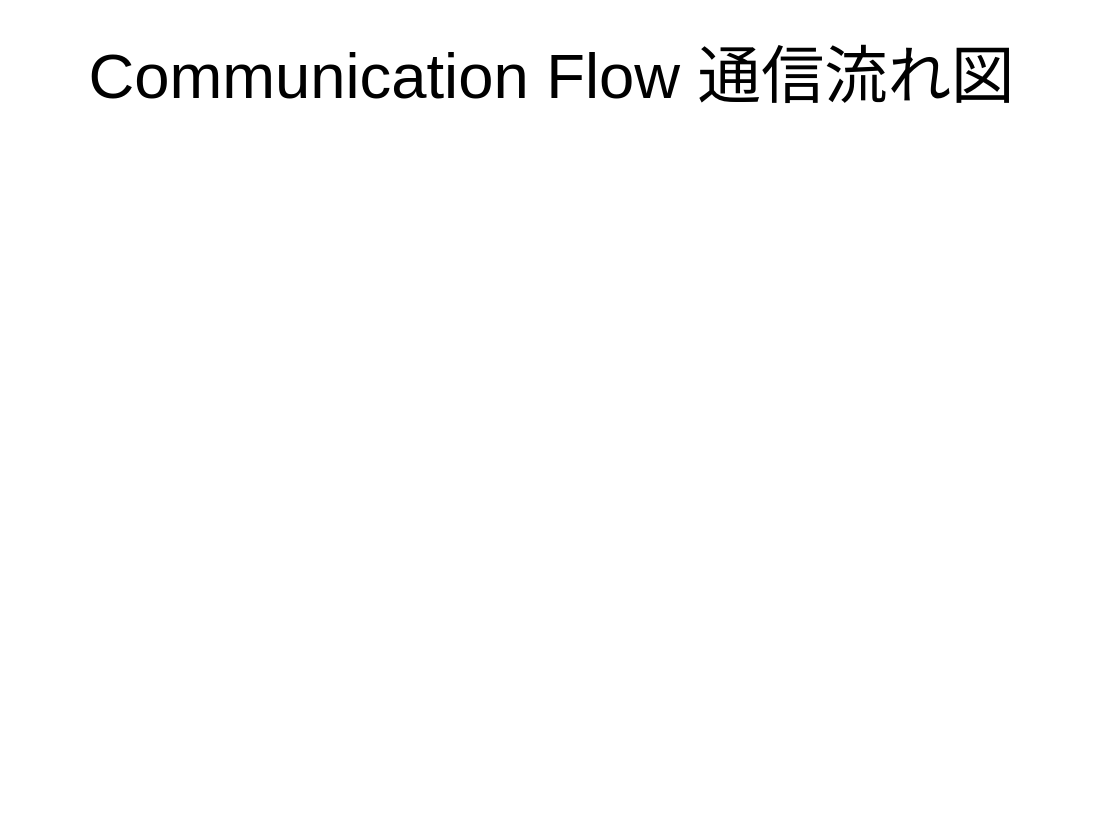
Before: page "通信フロー" (2 of 4) of network_design.drawio in skeita0004/CircleShow, a draw.io diagram. Source tidied: cells renumbered, new cells numbered last; positions are measured from the earlier drawing's top-left corner, leaving out a move shared by most shapes. Both pictures are drawn from the tidied source at 99%, with x=0, y=0 at pixel (17, 17).
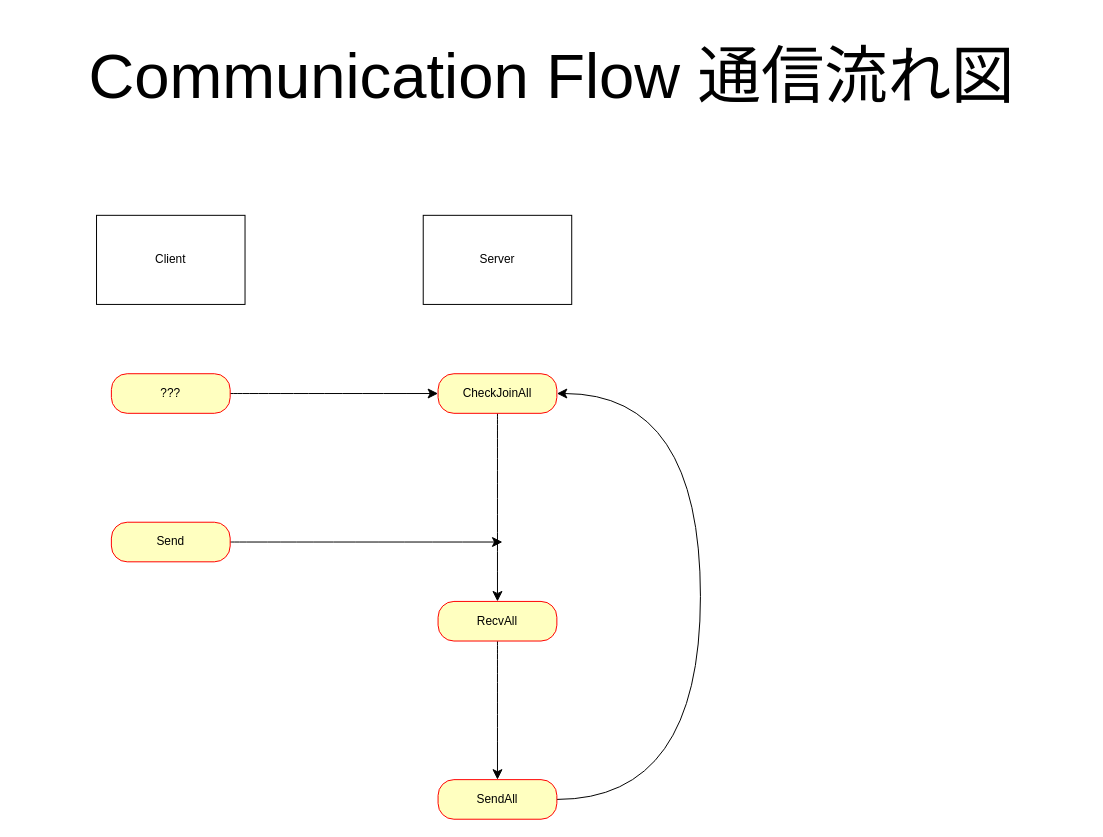
After the change.

What changed in the source:
```diff
@@
 <mxGraphModel>
   <root>
     <mxCell id="0" />
     <mxCell id="1" parent="0" />
     <mxCell id="2" value="Communication Flow 通信流れ図" style="text;html=1;whiteSpace=wrap;strokeColor=none;fillColor=none;align=center;verticalAlign=middle;rounded=0;fontFamily=Cascadia Code;fontSize=64;" parent="1" vertex="1">
       <mxGeometry width="1080" height="120" as="geometry" />
     </mxCell>
+    <mxCell id="3" value="Client" style="rounded=0;whiteSpace=wrap;html=1;" parent="1" vertex="1">
+      <mxGeometry x="80" y="200" width="150" height="90" as="geometry" />
+    </mxCell>
+    <mxCell id="4" value="Server" style="rounded=0;whiteSpace=wrap;html=1;" parent="1" vertex="1">
+      <mxGeometry x="410" y="200" width="150" height="90" as="geometry" />
+    </mxCell>
+    <mxCell id="5" style="edgeStyle=none;curved=1;rounded=0;jettySize=auto;html=1;fontSize=12;startSize=8;endSize=8;" parent="1" edge="1" source="6" target="14">
+      <mxGeometry relative="1" as="geometry" />
+    </mxCell>
+    <mxCell id="6" value="RecvAll" style="rounded=1;whiteSpace=wrap;html=1;arcSize=40;fontColor=#000000;fillColor=#ffffc0;strokeColor=#ff0000;" parent="1" vertex="1">
+      <mxGeometry x="425" y="590" width="120" height="40" as="geometry" />
+    </mxCell>
+    <mxCell id="7" style="edgeStyle=none;curved=1;rounded=0;jettySize=auto;html=1;fontSize=12;startSize=8;endSize=8;" parent="1" edge="1" source="8">
+      <mxGeometry relative="1" as="geometry">
+        <mxPoint x="490" y="530" as="targetPoint" />
+      </mxGeometry>
+    </mxCell>
+    <mxCell id="8" value="Send" style="rounded=1;whiteSpace=wrap;html=1;arcSize=40;fontColor=#000000;fillColor=#ffffc0;strokeColor=#ff0000;" parent="1" vertex="1">
+      <mxGeometry x="95" y="510" width="120" height="40" as="geometry" />
+    </mxCell>
+    <mxCell id="9" style="edgeStyle=none;curved=1;rounded=0;jettySize=auto;html=1;fontSize=12;startSize=8;endSize=8;" parent="1" edge="1" source="10" target="6">
+      <mxGeometry relative="1" as="geometry" />
+    </mxCell>
+    <mxCell id="10" value="CheckJoinAll" style="rounded=1;whiteSpace=wrap;html=1;arcSize=40;fontColor=#000000;fillColor=#ffffc0;strokeColor=#ff0000;" parent="1" vertex="1">
+      <mxGeometry x="425" y="360" width="120" height="40" as="geometry" />
+    </mxCell>
+    <mxCell id="11" style="edgeStyle=none;curved=1;rounded=0;jettySize=auto;html=1;entryX=0;entryY=0.5;entryDx=0;entryDy=0;fontSize=12;startSize=8;endSize=8;" parent="1" edge="1" source="12" target="10">
+      <mxGeometry relative="1" as="geometry" />
+    </mxCell>
+    <mxCell id="12" value="???" style="rounded=1;whiteSpace=wrap;html=1;arcSize=40;fontColor=#000000;fillColor=#ffffc0;strokeColor=#ff0000;" parent="1" vertex="1">
+      <mxGeometry x="95" y="360" width="120" height="40" as="geometry" />
+    </mxCell>
+    <mxCell id="13" style="edgeStyle=orthogonalEdgeStyle;curved=1;rounded=0;jettySize=auto;html=1;entryX=1;entryY=0.5;entryDx=0;entryDy=0;fontSize=12;startSize=8;endSize=8;" parent="1" edge="1" source="14" target="10">
+      <mxGeometry relative="1" as="geometry">
+        <Array as="points">
+          <mxPoint x="690" y="790" />
+          <mxPoint x="690" y="380" />
+        </Array>
+      </mxGeometry>
+    </mxCell>
+    <mxCell id="14" value="SendAll" style="rounded=1;whiteSpace=wrap;html=1;arcSize=40;fontColor=#000000;fillColor=#ffffc0;strokeColor=#ff0000;" parent="1" vertex="1">
+      <mxGeometry x="425" y="770" width="120" height="40" as="geometry" />
+    </mxCell>
   </root>
 </mxGraphModel>
```
